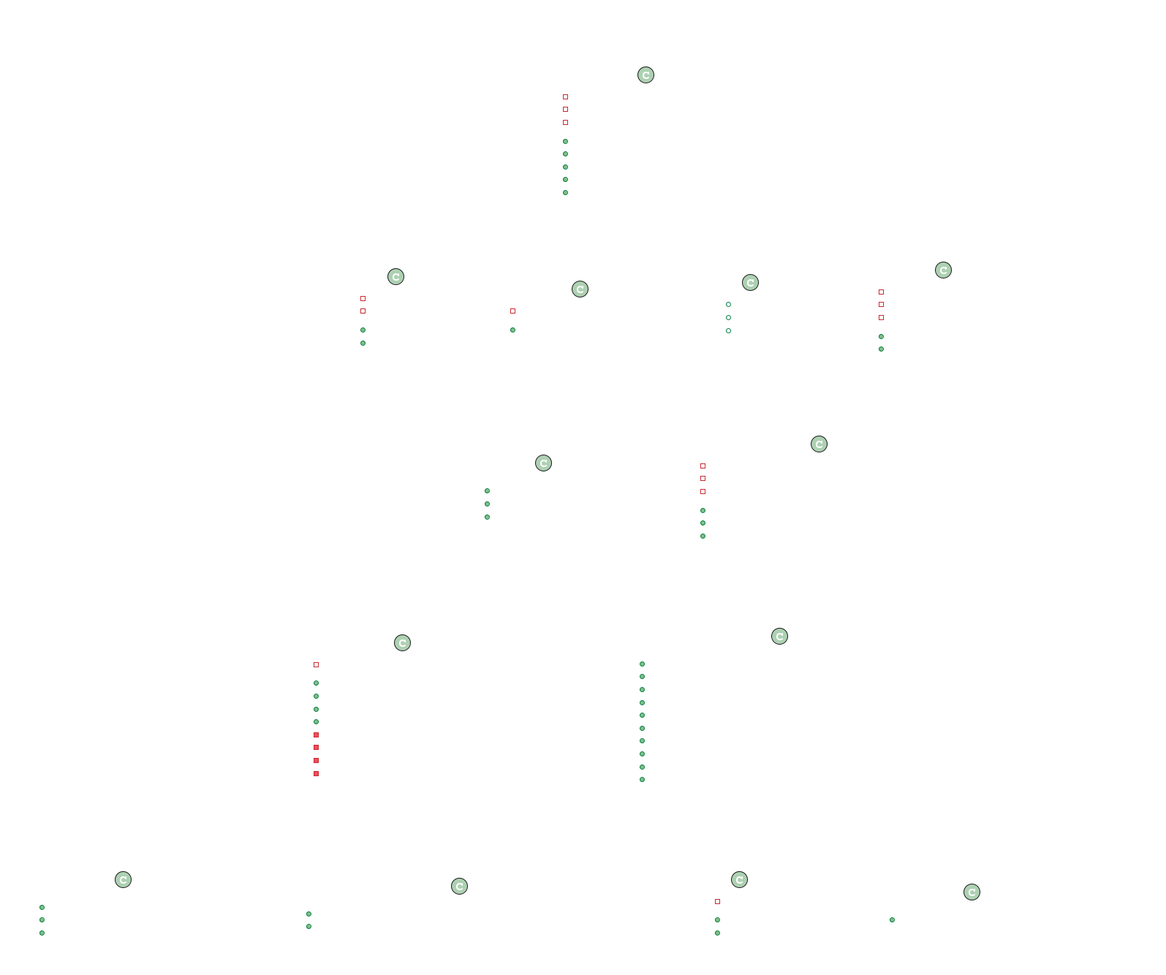
INTO-CPS-Association/into-cps-application keeps this PlantUML diagram as docs/media/react_app_package.png. Above is the earlier version.
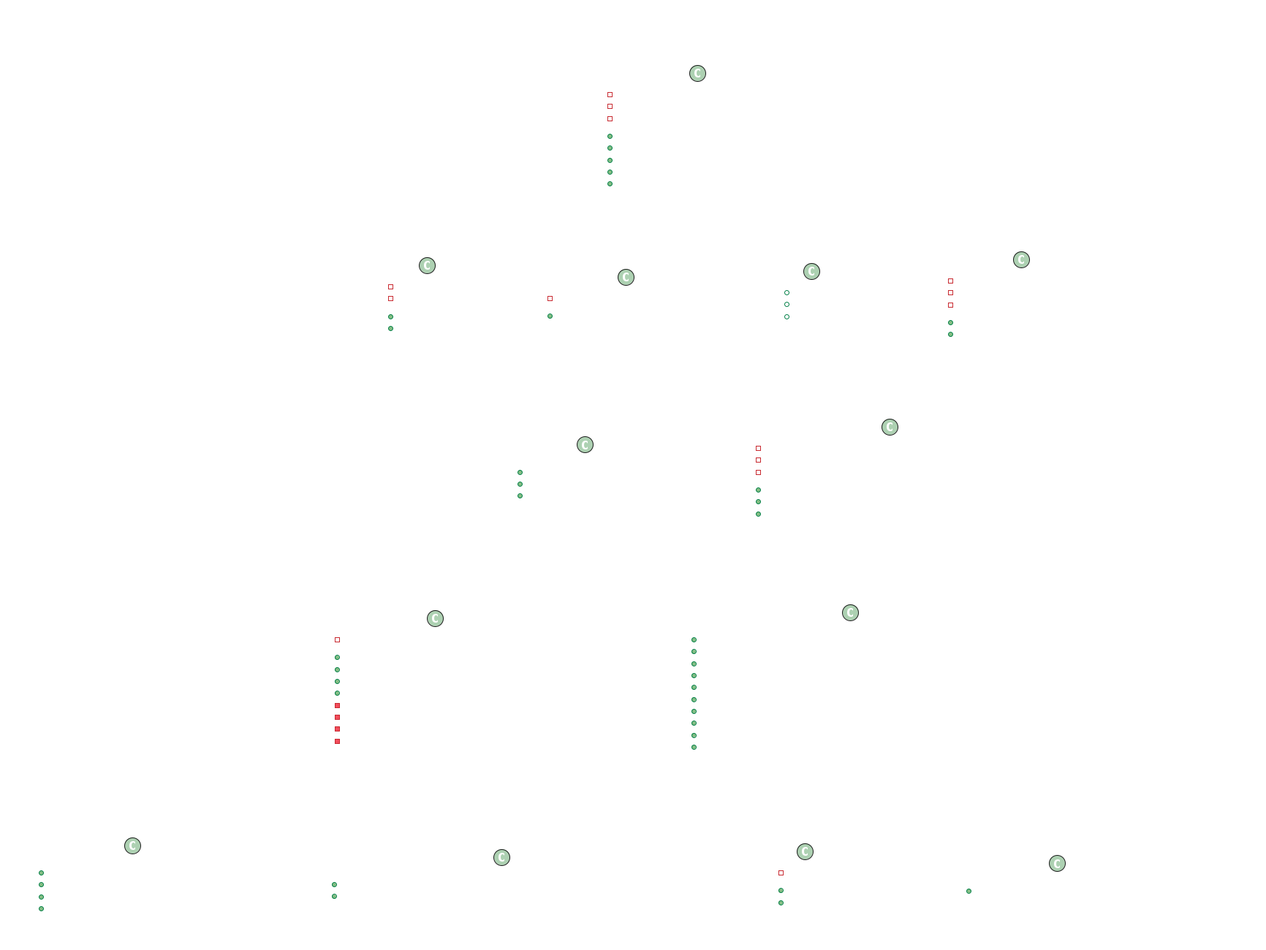
After the commit.

Commit message:
- Java Paths checks - Updated documentation for Java Versions - Integrated new function on diagrams

Change to the diagram source:
```diff
@@ -101,6 +101,7 @@
             + isPortInUse(port: number): Promise<boolean>
             + killProcessOnPort(port: number): Promise<void>
             + getReadableTimestamp(): string
+            + getJavaCommand(): string
         }
 
         class ErrorHandler {
```
